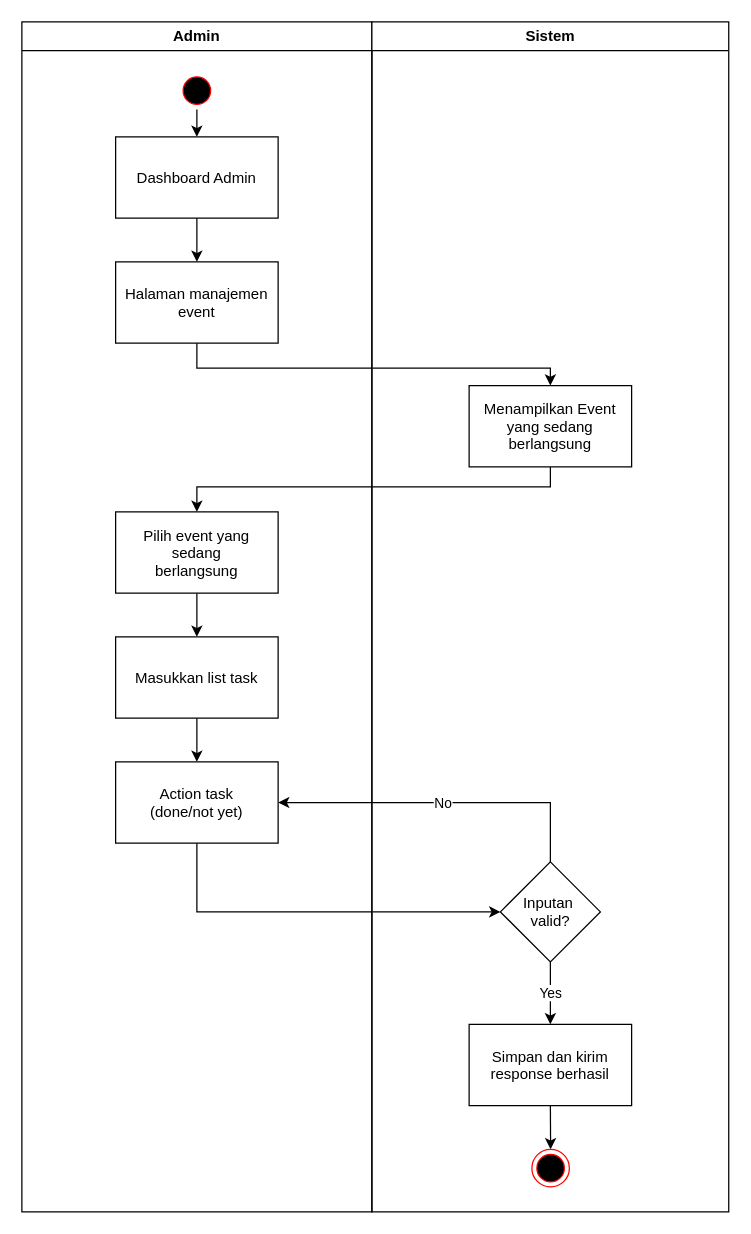
Before: page "Manajemen Task Event" (6 of 6) of diagram/activity_diagram.drawio in dzikfr/mpi, a draw.io diagram. Source tidied: cells renumbered, new cells numbered last; positions are measured from the earlier drawing's top-left corner, leaving out a move shared by most shapes. Both pictures are drawn from the tidied source at 125%, with x=0, y=0 at pixel (21, 21).
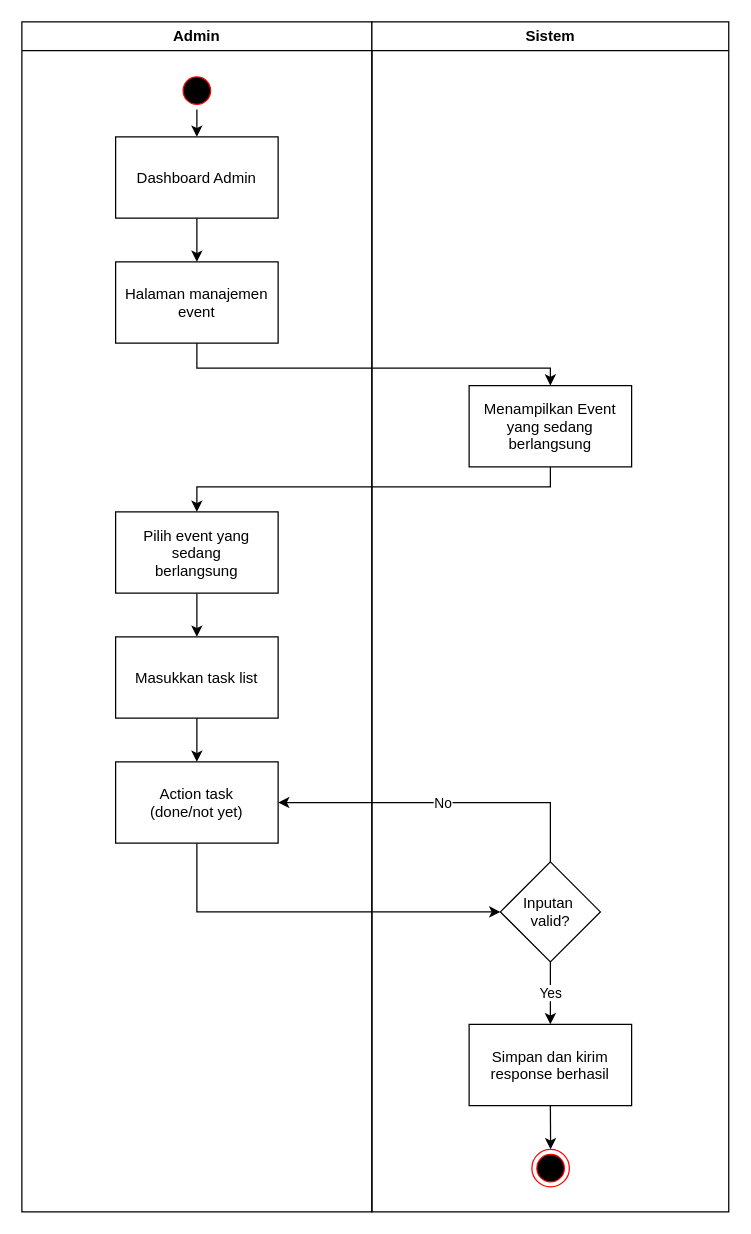
After the change.

The change refers to these unchanged cells:
```xml
<mxCell id="2" value="Admin" style="swimlane;whiteSpace=wrap;" parent="1" vertex="1">
  <mxGeometry width="280" height="952" as="geometry" />
</mxCell>
```

Change to the diagram source:
```diff
@@
-    <mxCell id="11" value="Masukkan list task" parent="2" vertex="1">
+    <mxCell id="11" value="Masukkan task list" parent="2" vertex="1">
       <mxGeometry x="75" y="492" width="130" height="65" as="geometry" />
     </mxCell>
```
